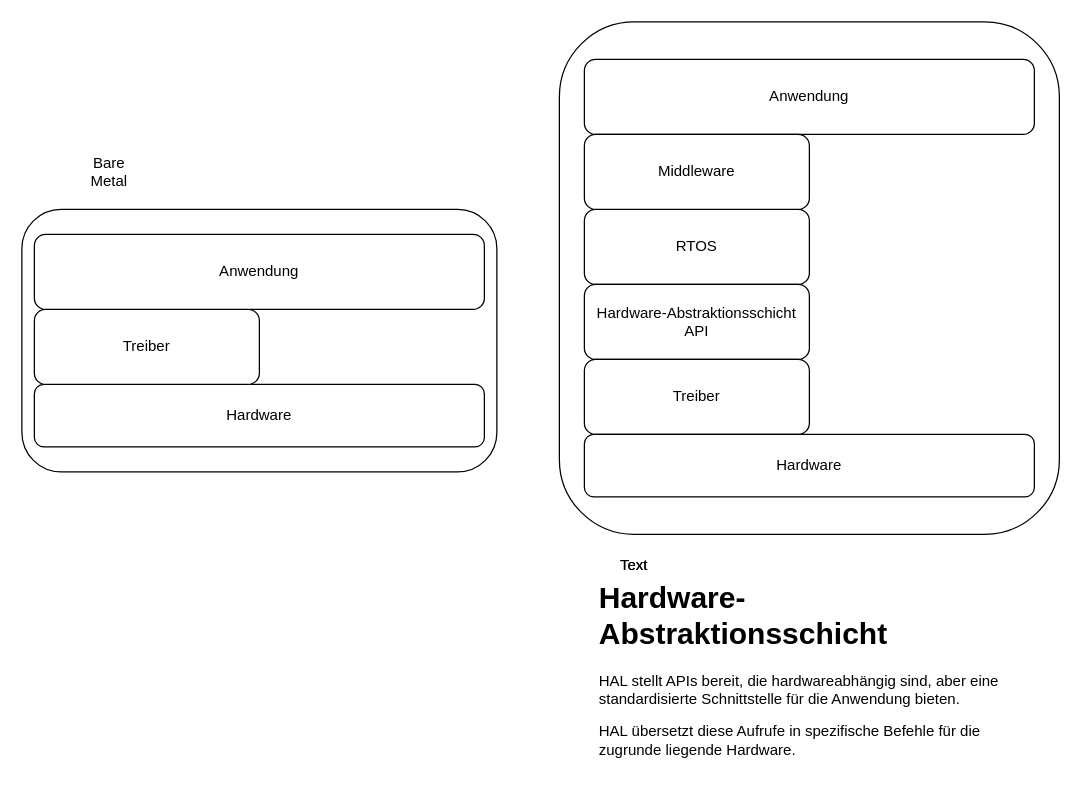
Earlier version of the draw.io diagram Unbenanntes Diagramm.drawio (JulianSchaa/JulianSchaa). Source tidied: cells renumbered, new cells numbered last; positions are measured from the earlier drawing's top-left corner, leaving out a move shared by most shapes. Both pictures are drawn from the tidied source at 125%, with x=0, y=0 at pixel (21, 21).
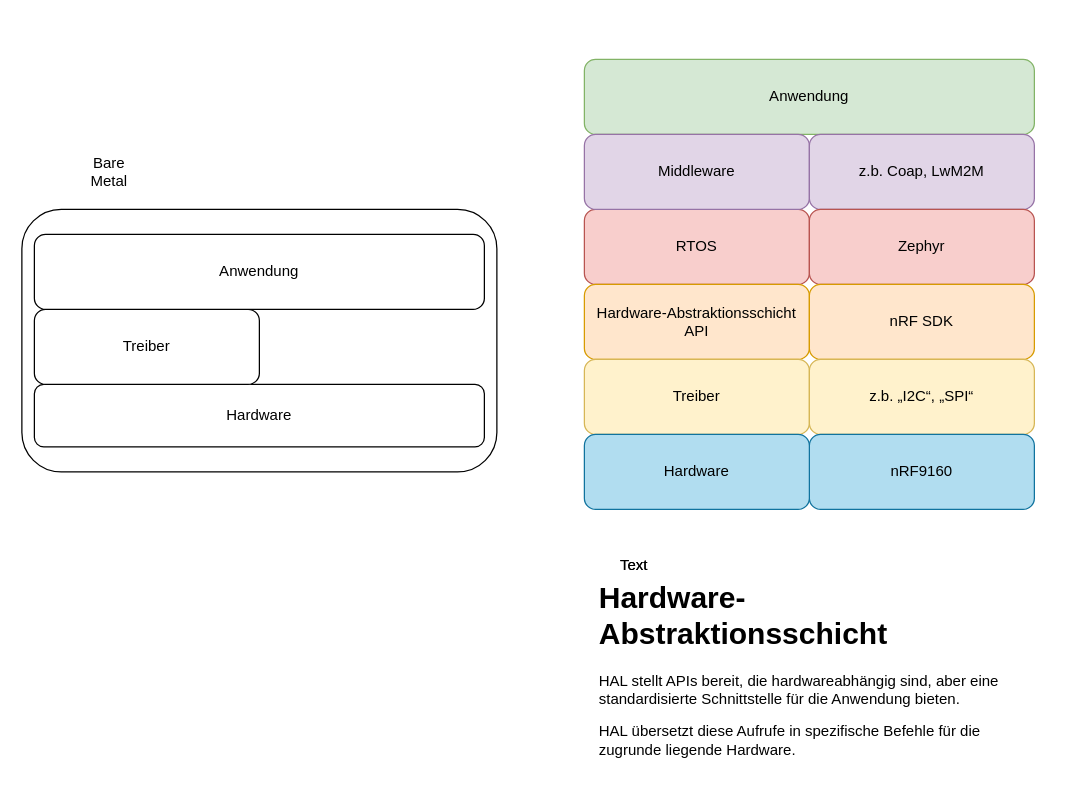
The same page after the edit.

Diff of the diagram source:
```diff
@@
-    <mxCell id="2" style="rounded=1;whiteSpace=wrap;html=1;" parent="1" vertex="1">
-      <mxGeometry x="430" width="400" height="410" as="geometry" />
-    </mxCell>
-    <mxCell id="3" value="Anwendung" style="rounded=1;whiteSpace=wrap;html=1;" parent="1" vertex="1">
+    <mxCell id="3" value="Anwendung" style="rounded=1;whiteSpace=wrap;html=1;fillColor=#d5e8d4;strokeColor=#82b366;" parent="1" vertex="1">
       <mxGeometry x="450" y="30" width="360" height="60" as="geometry" />
     </mxCell>
-    <mxCell id="4" value="RTOS" style="rounded=1;whiteSpace=wrap;html=1;" parent="1" vertex="1">
+    <mxCell id="4" value="RTOS" style="rounded=1;whiteSpace=wrap;html=1;fillColor=#f8cecc;strokeColor=#b85450;" parent="1" vertex="1">
       <mxGeometry x="450" y="150" width="180" height="60" as="geometry" />
     </mxCell>
-    <mxCell id="5" value="&lt;div&gt;Hardware-Abstraktionsschicht&lt;/div&gt;&lt;div&gt;API&lt;br&gt; &lt;/div&gt;" style="rounded=1;whiteSpace=wrap;html=1;" parent="1" vertex="1">
+    <mxCell id="5" value="&lt;div&gt;Hardware-Abstraktionsschicht&lt;/div&gt;&lt;div&gt;API&lt;br&gt; &lt;/div&gt;" style="rounded=1;whiteSpace=wrap;html=1;fillColor=#ffe6cc;strokeColor=#d79b00;" parent="1" vertex="1">
       <mxGeometry x="450" y="210" width="180" height="60" as="geometry" />
     </mxCell>
@@
-    <mxCell id="7" value="Treiber" style="rounded=1;whiteSpace=wrap;html=1;" parent="1" vertex="1">
+    <mxCell id="7" value="Treiber" style="rounded=1;whiteSpace=wrap;html=1;fillColor=#fff2cc;strokeColor=#d6b656;" parent="1" vertex="1">
       <mxGeometry x="450" y="270" width="180" height="60" as="geometry" />
     </mxCell>
-    <mxCell id="8" value="Hardware" style="rounded=1;whiteSpace=wrap;html=1;" parent="1" vertex="1">
-      <mxGeometry x="450" y="330" width="360" height="50" as="geometry" />
-    </mxCell>
@@
-    <mxCell id="16" value="Middleware" style="rounded=1;whiteSpace=wrap;html=1;" parent="1" vertex="1">
+    <mxCell id="16" value="Middleware" style="rounded=1;whiteSpace=wrap;html=1;fillColor=#e1d5e7;strokeColor=#9673a6;" parent="1" vertex="1">
       <mxGeometry x="450" y="90" width="180" height="60" as="geometry" />
     </mxCell>
+    <mxCell id="17" value="z.b. Coap, LwM2M" style="rounded=1;whiteSpace=wrap;html=1;fillColor=#e1d5e7;strokeColor=#9673a6;" parent="1" vertex="1">
+      <mxGeometry x="630" y="90" width="180" height="60" as="geometry" />
+    </mxCell>
+    <mxCell id="18" value="Zephyr" style="rounded=1;whiteSpace=wrap;html=1;fillColor=#f8cecc;strokeColor=#b85450;" parent="1" vertex="1">
+      <mxGeometry x="630" y="150" width="180" height="60" as="geometry" />
+    </mxCell>
+    <mxCell id="19" value="nRF SDK" style="rounded=1;whiteSpace=wrap;html=1;fillColor=#ffe6cc;strokeColor=#d79b00;" parent="1" vertex="1">
+      <mxGeometry x="630" y="210" width="180" height="60" as="geometry" />
+    </mxCell>
+    <mxCell id="20" value="z.b. „I2C“, „SPI“" style="rounded=1;whiteSpace=wrap;html=1;fillColor=#fff2cc;strokeColor=#d6b656;" parent="1" vertex="1">
+      <mxGeometry x="630" y="270" width="180" height="60" as="geometry" />
+    </mxCell>
+    <mxCell id="21" value="nRF9160" style="rounded=1;whiteSpace=wrap;html=1;fillColor=#b1ddf0;strokeColor=#10739e;" parent="1" vertex="1">
+      <mxGeometry x="630" y="330" width="180" height="60" as="geometry" />
+    </mxCell>
+    <mxCell id="8" value="Hardware" style="rounded=1;whiteSpace=wrap;html=1;fillColor=#b1ddf0;strokeColor=#10739e;" parent="1" vertex="1">
+      <mxGeometry x="450" y="330" width="180" height="60" as="geometry" />
+    </mxCell>
```
